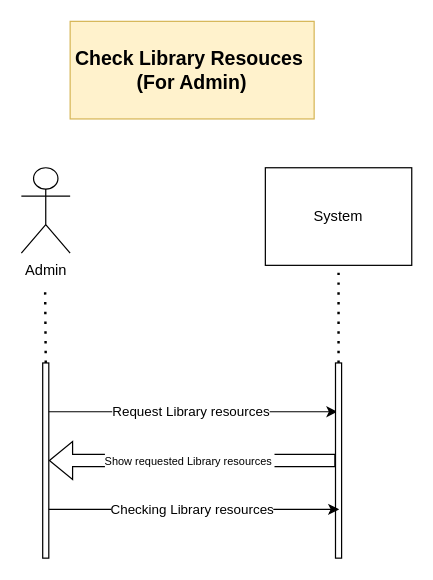
ParkinnAuto/StudyMate keeps this draw.io diagram as page "Check Library Resouces (For Admin)" (14 of 17) of StudtMate.drawio. Above is the earlier version. Source tidied: cells renumbered, new cells numbered last; positions are measured from the earlier drawing's top-left corner, leaving out a move shared by most shapes. Both pictures are drawn from the tidied source at 122%, with x=0, y=0 at pixel (21, 21).
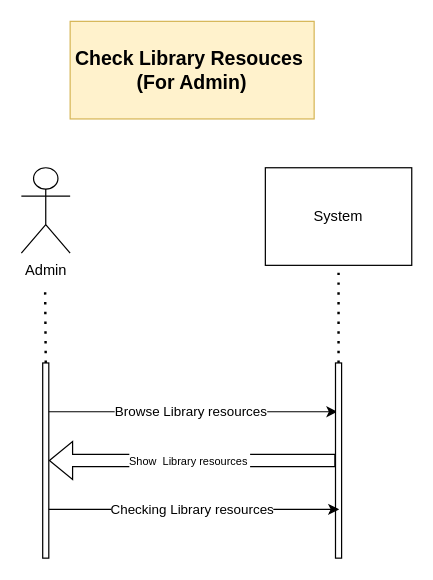
After the change.

Diff of the diagram source:
```diff
@@
 <mxGraphModel>
   <root>
     <mxCell id="0" />
     <mxCell id="1" parent="0" />
     <mxCell id="2" value="Admin" style="shape=umlActor;verticalLabelPosition=bottom;verticalAlign=top;html=1;" parent="1" vertex="1">
       <mxGeometry y="120" width="40" height="70" as="geometry" />
     </mxCell>
     <mxCell id="3" value="System" style="rounded=0;whiteSpace=wrap;html=1;" parent="1" vertex="1">
       <mxGeometry x="200" y="120" width="120" height="80" as="geometry" />
     </mxCell>
     <mxCell id="4" style="endArrow=none;dashed=1;html=1;dashPattern=1 3;strokeWidth=2;rounded=0;" parent="1" edge="1">
       <mxGeometry relative="1" as="geometry">
         <mxPoint x="20" y="280" as="sourcePoint" />
         <mxPoint x="19.5" y="220" as="targetPoint" />
       </mxGeometry>
     </mxCell>
     <mxCell id="5" style="endArrow=none;dashed=1;html=1;dashPattern=1 3;strokeWidth=2;rounded=0;entryX=0.5;entryY=1;entryDx=0;entryDy=0;" parent="1" edge="1" target="3">
       <mxGeometry relative="1" as="geometry">
         <mxPoint x="260" y="280" as="sourcePoint" />
       </mxGeometry>
     </mxCell>
     <mxCell id="6" style="endArrow=classic;html=1;rounded=0;exitX=0.913;exitY=0.167;exitDx=0;exitDy=0;exitPerimeter=0;entryX=0.5;entryY=0.167;entryDx=0;entryDy=0;entryPerimeter=0;" parent="1" edge="1">
       <mxGeometry relative="1" as="geometry">
         <mxPoint x="21" y="320" as="sourcePoint" />
         <mxPoint x="259" y="320" as="targetPoint" />
       </mxGeometry>
     </mxCell>
-    <mxCell id="7" value="Request Library resources" style="edgeLabel;html=1;align=center;verticalAlign=middle;" parent="6" vertex="1">
+    <mxCell id="7" value="Browse Library resources" style="edgeLabel;html=1;align=center;verticalAlign=middle;" parent="6" vertex="1">
       <mxGeometry x="-0.02" y="1" relative="1" as="geometry" />
     </mxCell>
     <mxCell id="8" style="shape=flexArrow;endArrow=classic;html=1;rounded=0;entryX=1;entryY=0.75;entryDx=0;entryDy=0;exitX=0;exitY=0.75;exitDx=0;exitDy=0;" parent="1" edge="1">
       <mxGeometry relative="1" as="geometry">
         <mxPoint x="257.5" y="360" as="sourcePoint" />
         <mxPoint x="22.5" y="360" as="targetPoint" />
       </mxGeometry>
     </mxCell>
-    <mxCell id="9" value="&lt;font style=&quot;font-size: 9px;&quot;&gt;Show requested Library resources&amp;nbsp;&lt;/font&gt;" style="edgeLabel;html=1;align=center;verticalAlign=middle;" parent="8" vertex="1">
+    <mxCell id="9" value="&lt;font style=&quot;font-size: 9px;&quot;&gt;Show&amp;nbsp; Library resources&amp;nbsp;&lt;/font&gt;" style="edgeLabel;html=1;align=center;verticalAlign=middle;" parent="8" vertex="1">
       <mxGeometry x="0.02" y="-1" relative="1" as="geometry" />
     </mxCell>
     <mxCell id="10" style="rounded=0;whiteSpace=wrap;html=1;" parent="1" vertex="1">
       <mxGeometry x="17.5" y="280" width="5" height="160" as="geometry" />
     </mxCell>
     <mxCell id="11" style="rounded=0;whiteSpace=wrap;html=1;" parent="1" vertex="1">
       <mxGeometry x="257.5" y="280" width="5" height="160" as="geometry" />
     </mxCell>
     <mxCell id="12" style="endArrow=classic;html=1;rounded=0;exitX=0.913;exitY=0.167;exitDx=0;exitDy=0;exitPerimeter=0;entryX=0.5;entryY=0.167;entryDx=0;entryDy=0;entryPerimeter=0;" parent="1" edge="1">
       <mxGeometry relative="1" as="geometry">
         <mxPoint x="22.5" y="400" as="sourcePoint" />
         <mxPoint x="260.5" y="400" as="targetPoint" />
       </mxGeometry>
     </mxCell>
     <mxCell id="13" value="Checking Library resources" style="edgeLabel;html=1;align=center;verticalAlign=middle;" parent="12" vertex="1">
       <mxGeometry x="-0.02" y="1" relative="1" as="geometry" />
     </mxCell>
     <mxCell id="14" value="&lt;span style=&quot;font-size: 16px;&quot;&gt;&lt;b&gt;Check Library Resouces&amp;nbsp;&lt;/b&gt;&lt;/span&gt;&lt;div&gt;&lt;span style=&quot;font-size: 16px;&quot;&gt;&lt;b&gt;(For Admin)&lt;/b&gt;&lt;/span&gt;&lt;/div&gt;" style="text;html=1;align=center;verticalAlign=middle;whiteSpace=wrap;rounded=0;fillColor=#fff2cc;strokeColor=#d6b656;" parent="1" vertex="1">
       <mxGeometry x="40" width="200" height="80" as="geometry" />
     </mxCell>
   </root>
 </mxGraphModel>
```
